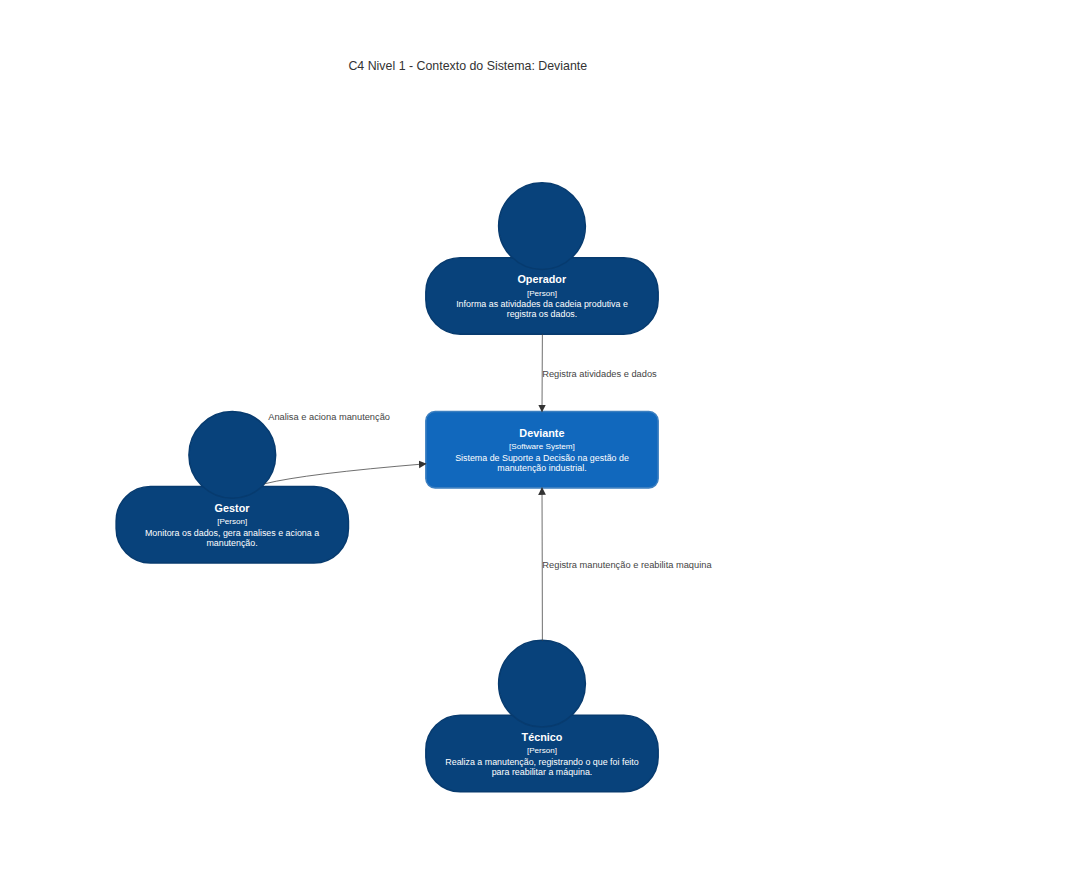
Above: architecture/c4/level 1.png in aland3r/deviante-docs (Mermaid), before the change. Its source is kept beside it as architecture/c4/level 1.mmd.
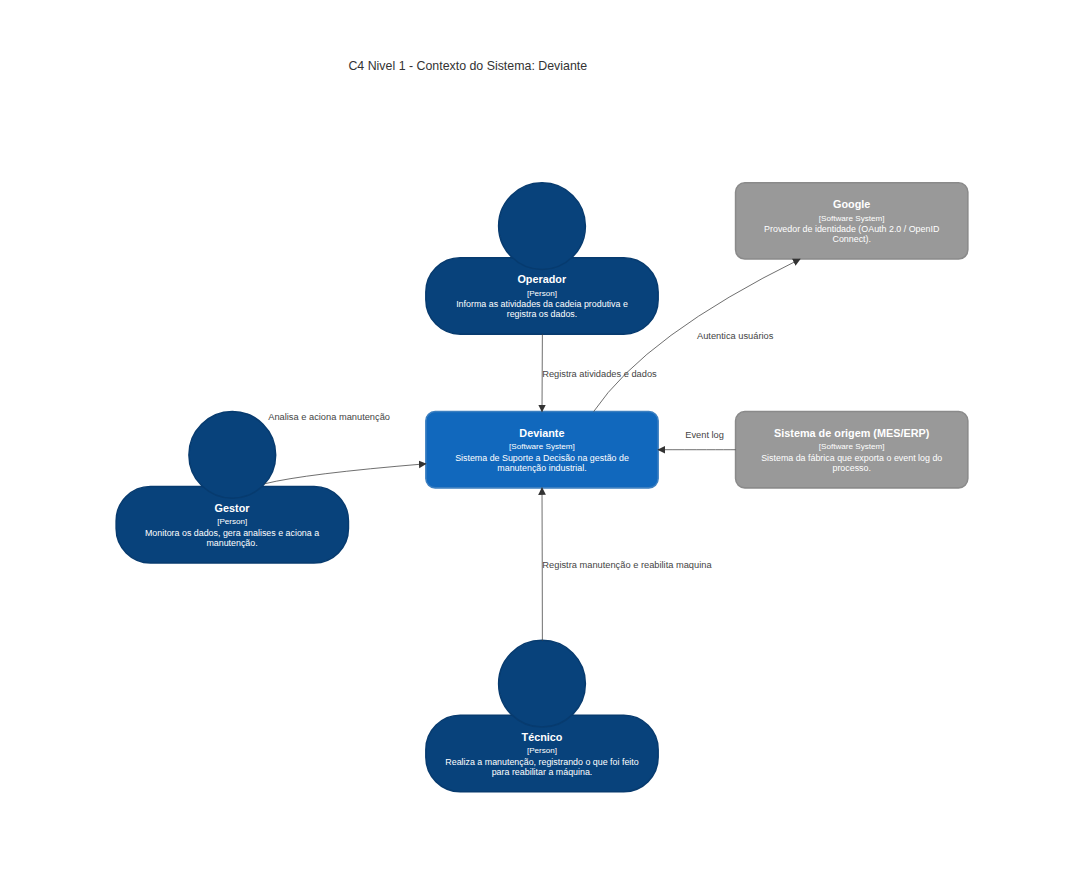
Later version of the same file.

Commit message:
C4 nível 1: MES/ERP e Google como sistemas externos

Claude-Session: https://claude.ai/code/session_01AmE5KfE7b9iNvkkPZemtYe

The edit, as a diff of the source:
```diff
@@ -4,10 +4,10 @@
 
     System(e1, " ", " ")
     Person(operador, "Operador", "Informa as atividades da cadeia produtiva e registra os dados.")
-    System(e2, " ", " ")
+    System_Ext(google, "Google", "Provedor de identidade (OAuth 2.0 / OpenID Connect).")
     Person(gestor, "Gestor", "Monitora os dados, gera analises e aciona a manutenção.")
     System(deviante, "Deviante", "Sistema de Suporte a Decisão na gestão de manutenção industrial.")
-    System(e3, " ", " ")
+    System_Ext(mes, "Sistema de origem (MES/ERP)", "Sistema da fábrica que exporta o event log do processo.")
     System(e4, " ", " ")
     Person(tecnico, "Técnico", "Realiza a manutenção, registrando o que foi feito para reabilitar a máquina.")
     System(e5, " ", " ")
@@ -15,12 +15,13 @@
     Rel(operador, deviante, "Registra atividades e dados")
     Rel(gestor, deviante, "Analisa e aciona manutenção")
     Rel(tecnico, deviante, "Registra manutenção e reabilita maquina")
+    Rel(mes, deviante, "Event log")
+    Rel(deviante, google, "Autentica usuários")
 
     UpdateRelStyle(gestor, deviante, $offsetX="-100", $offsetY="-75")
+    UpdateRelStyle(mes, deviante, $offsetX="-15", $offsetY="-20")
 
     UpdateElementStyle(e1, $bgColor="transparent", $borderColor="transparent", $fontColor="transparent")
-    UpdateElementStyle(e2, $bgColor="transparent", $borderColor="transparent", $fontColor="transparent")
-    UpdateElementStyle(e3, $bgColor="transparent", $borderColor="transparent", $fontColor="transparent")
     UpdateElementStyle(e4, $bgColor="transparent", $borderColor="transparent", $fontColor="transparent")
     UpdateElementStyle(e5, $bgColor="transparent", $borderColor="transparent", $fontColor="transparent")
 
```
